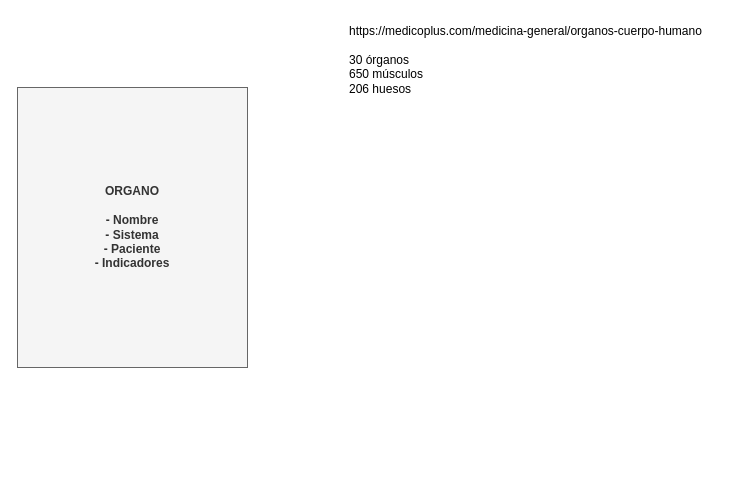
cellprom/cellprom-arq-doc keeps this draw.io diagram as page "ÓRGANOS" (4 of 6) of arch-design/cellprom-arch-functionality.drawio. Above is the earlier version. Source tidied: cells renumbered, new cells numbered last; positions are measured from the earlier drawing's top-left corner, leaving out a move shared by most shapes. Both pictures are drawn from the tidied source at 100%, with x=0, y=0 at pixel (17, 17).
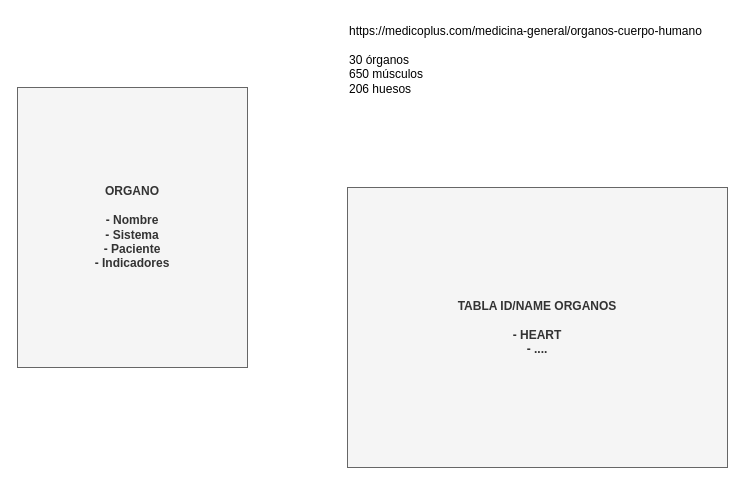
The same diagram, later.

Change to the diagram source:
```diff
@@
 <mxGraphModel>
   <root>
     <mxCell id="0" />
     <mxCell id="1" parent="0" />
     <mxCell id="2" value="https://medicoplus.com/medicina-general/organos-cuerpo-humano&lt;br&gt;&lt;br&gt;30 órganos&lt;br&gt;650 músculos&lt;br&gt;206 huesos" style="text;whiteSpace=wrap;html=1;" parent="1" vertex="1">
       <mxGeometry x="330" width="390" height="150" as="geometry" />
     </mxCell>
     <mxCell id="3" value="ORGANO&lt;br&gt;&lt;br&gt;- Nombre&lt;br&gt;- Sistema&lt;br&gt;- Paciente&lt;br&gt;- Indicadores" style="whiteSpace=wrap;html=1;fillColor=#f5f5f5;strokeColor=#666666;fontStyle=1;fontColor=#333333;" parent="1" vertex="1">
       <mxGeometry y="70" width="230" height="280" as="geometry" />
     </mxCell>
+    <mxCell id="4" value="TABLA ID/NAME ORGANOS&lt;br&gt;&lt;br&gt;- HEART&lt;br&gt;- ....&lt;br&gt;" style="whiteSpace=wrap;html=1;fillColor=#f5f5f5;strokeColor=#666666;fontStyle=1;fontColor=#333333;" parent="1" vertex="1">
+      <mxGeometry x="330" y="170" width="380" height="280" as="geometry" />
+    </mxCell>
   </root>
 </mxGraphModel>
```
